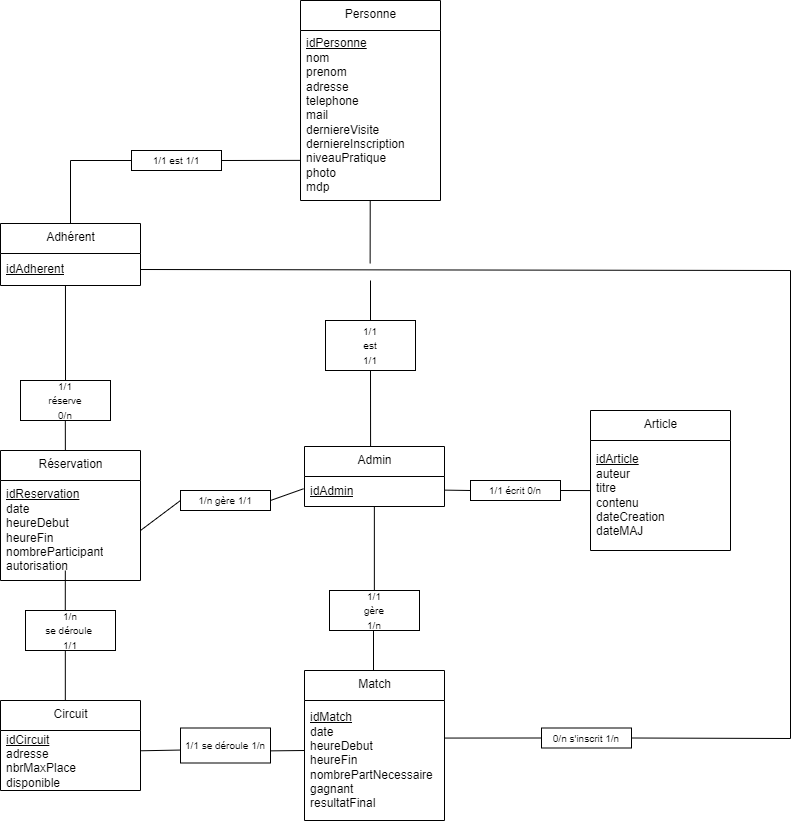
This is Analyse-Conception/Diagrammes/EA_BDD.drawio.png from Patricien09/SAE-S3-Karting, a draw.io export, as it was before one commit. Source tidied: cells renumbered, new cells last; positions are measured from the earlier drawing's top-left corner, leaving out a move shared by most shapes.
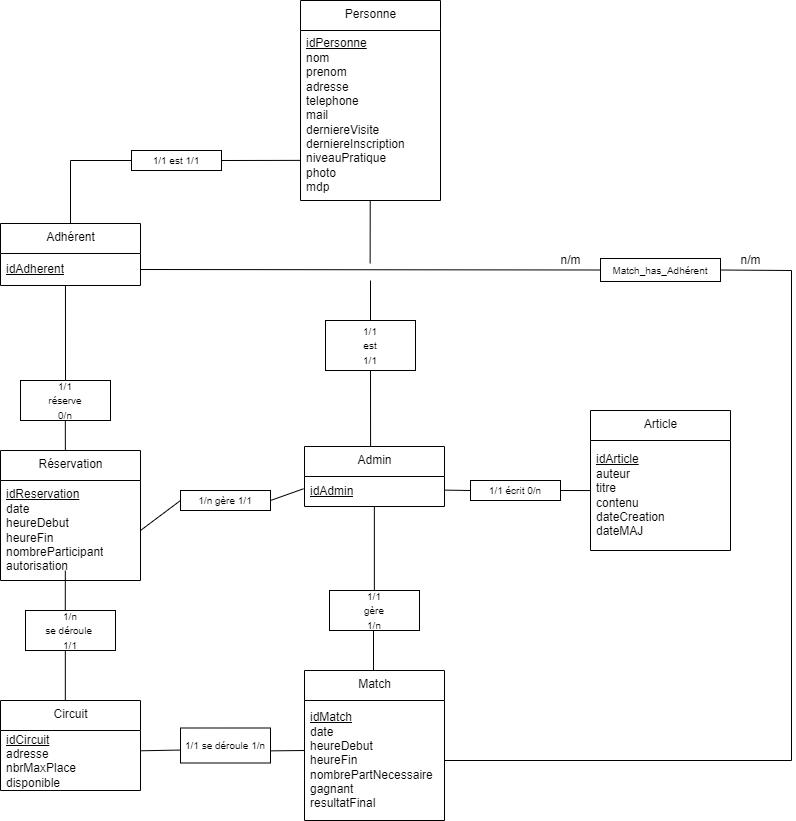
Later version of the same file.

The edit, as a diff of the source:
```diff
@@ -107,20 +107,6 @@
     <mxCell id="31" value="&lt;span style=&quot;font-size: 10px&quot;&gt;1/1 écrit 0/n&lt;/span&gt;" style="rounded=0;whiteSpace=wrap;html=1;" parent="1" vertex="1">
       <mxGeometry x="470" y="480" width="90" height="20" as="geometry" />
     </mxCell>
-    <mxCell id="32" style="edgeStyle=none;html=1;exitX=0;exitY=0.5;exitDx=0;exitDy=0;entryX=0.999;entryY=0.313;entryDx=0;entryDy=0;entryPerimeter=0;endArrow=none;endFill=0;rounded=0;" parent="1" edge="1" source="34" target="7">
-      <mxGeometry relative="1" as="geometry" />
-    </mxCell>
-    <mxCell id="33" style="edgeStyle=none;rounded=0;html=1;exitX=1;exitY=0.5;exitDx=0;exitDy=0;entryX=1;entryY=0.5;entryDx=0;entryDy=0;endArrow=none;endFill=0;" parent="1" edge="1" source="34" target="3">
-      <mxGeometry relative="1" as="geometry">
-        <Array as="points">
-          <mxPoint x="790" y="738" />
-          <mxPoint x="790" y="270" />
-        </Array>
-      </mxGeometry>
-    </mxCell>
-    <mxCell id="34" value="&lt;span style=&quot;font-size: 10px&quot;&gt;0/n s'inscrit 1/n&lt;/span&gt;" style="rounded=0;whiteSpace=wrap;html=1;" parent="1" vertex="1">
-      <mxGeometry x="541" y="727.5" width="90" height="20" as="geometry" />
-    </mxCell>
     <mxCell id="35" value="Personne" style="swimlane;fontStyle=0;align=center;verticalAlign=top;horizontal=1;startSize=30;html=1;" parent="1" vertex="1">
       <mxGeometry x="300" width="140" height="200" as="geometry" />
     </mxCell>
@@ -156,5 +142,25 @@
         <mxPoint x="369.6" y="263" as="sourcePoint" />
       </mxGeometry>
     </mxCell>
+    <mxCell id="44" style="edgeStyle=none;html=1;exitX=1;exitY=0.5;exitDx=0;exitDy=0;entryX=1;entryY=0.5;entryDx=0;entryDy=0;endArrow=none;endFill=0;rounded=0;" parent="1" edge="1" source="45" target="7">
+      <mxGeometry relative="1" as="geometry">
+        <Array as="points">
+          <mxPoint x="791" y="270" />
+          <mxPoint x="791" y="760" />
+        </Array>
+      </mxGeometry>
+    </mxCell>
+    <mxCell id="45" value="&lt;span style=&quot;font-size: 10px&quot;&gt;Match_has_Adhérent&lt;br&gt;&lt;/span&gt;" style="rounded=0;whiteSpace=wrap;html=1;" parent="1" vertex="1">
+      <mxGeometry x="600" y="258" width="120" height="23" as="geometry" />
+    </mxCell>
+    <mxCell id="46" style="edgeStyle=none;html=1;exitX=1;exitY=0.5;exitDx=0;exitDy=0;endArrow=none;endFill=0;entryX=0;entryY=0.5;entryDx=0;entryDy=0;" parent="1" edge="1" source="3" target="45">
+      <mxGeometry relative="1" as="geometry" />
+    </mxCell>
+    <mxCell id="47" value="n/m" style="text;html=1;align=center;verticalAlign=middle;strokeColor=none;fillColor=none;" parent="1" vertex="1">
+      <mxGeometry x="550" y="250" width="40" height="20" as="geometry" />
+    </mxCell>
+    <mxCell id="48" value="n/m" style="text;html=1;align=center;verticalAlign=middle;strokeColor=none;fillColor=none;" parent="1" vertex="1">
+      <mxGeometry x="730" y="250" width="40" height="20" as="geometry" />
+    </mxCell>
   </root>
 </mxGraphModel>
```
